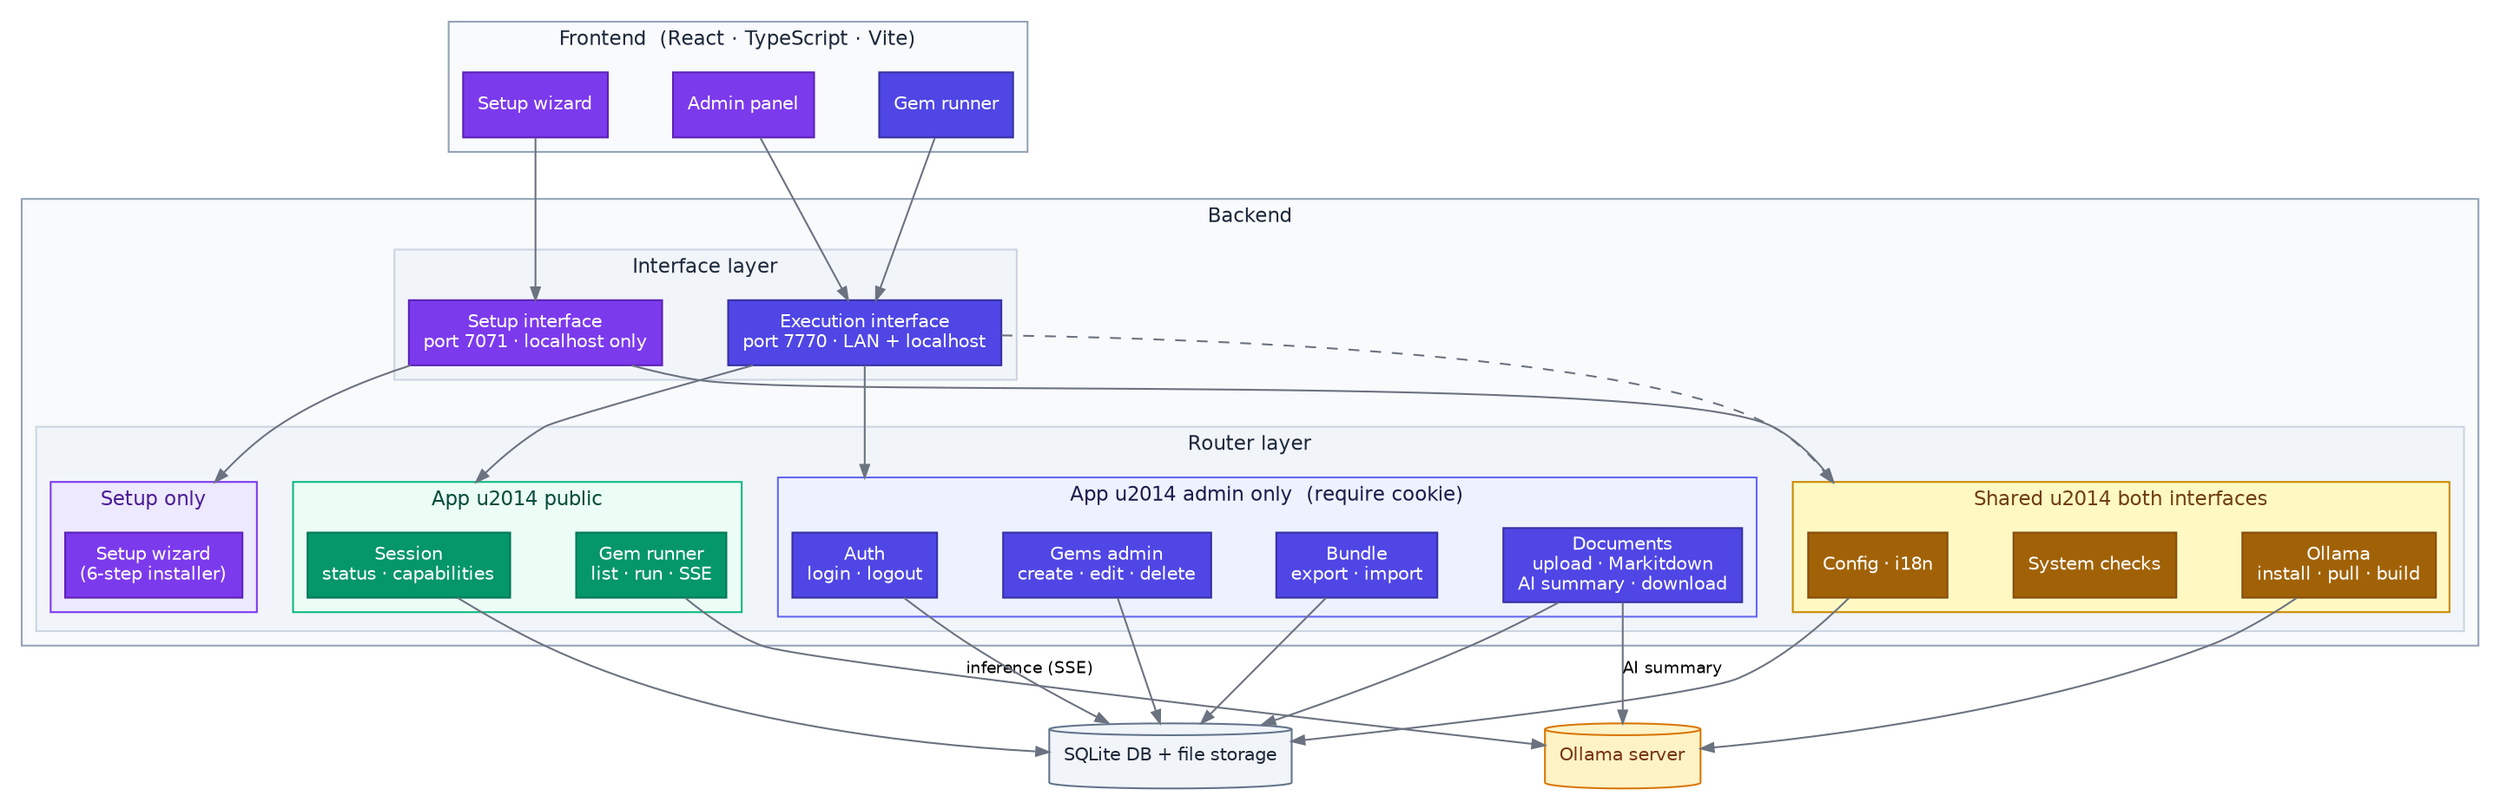
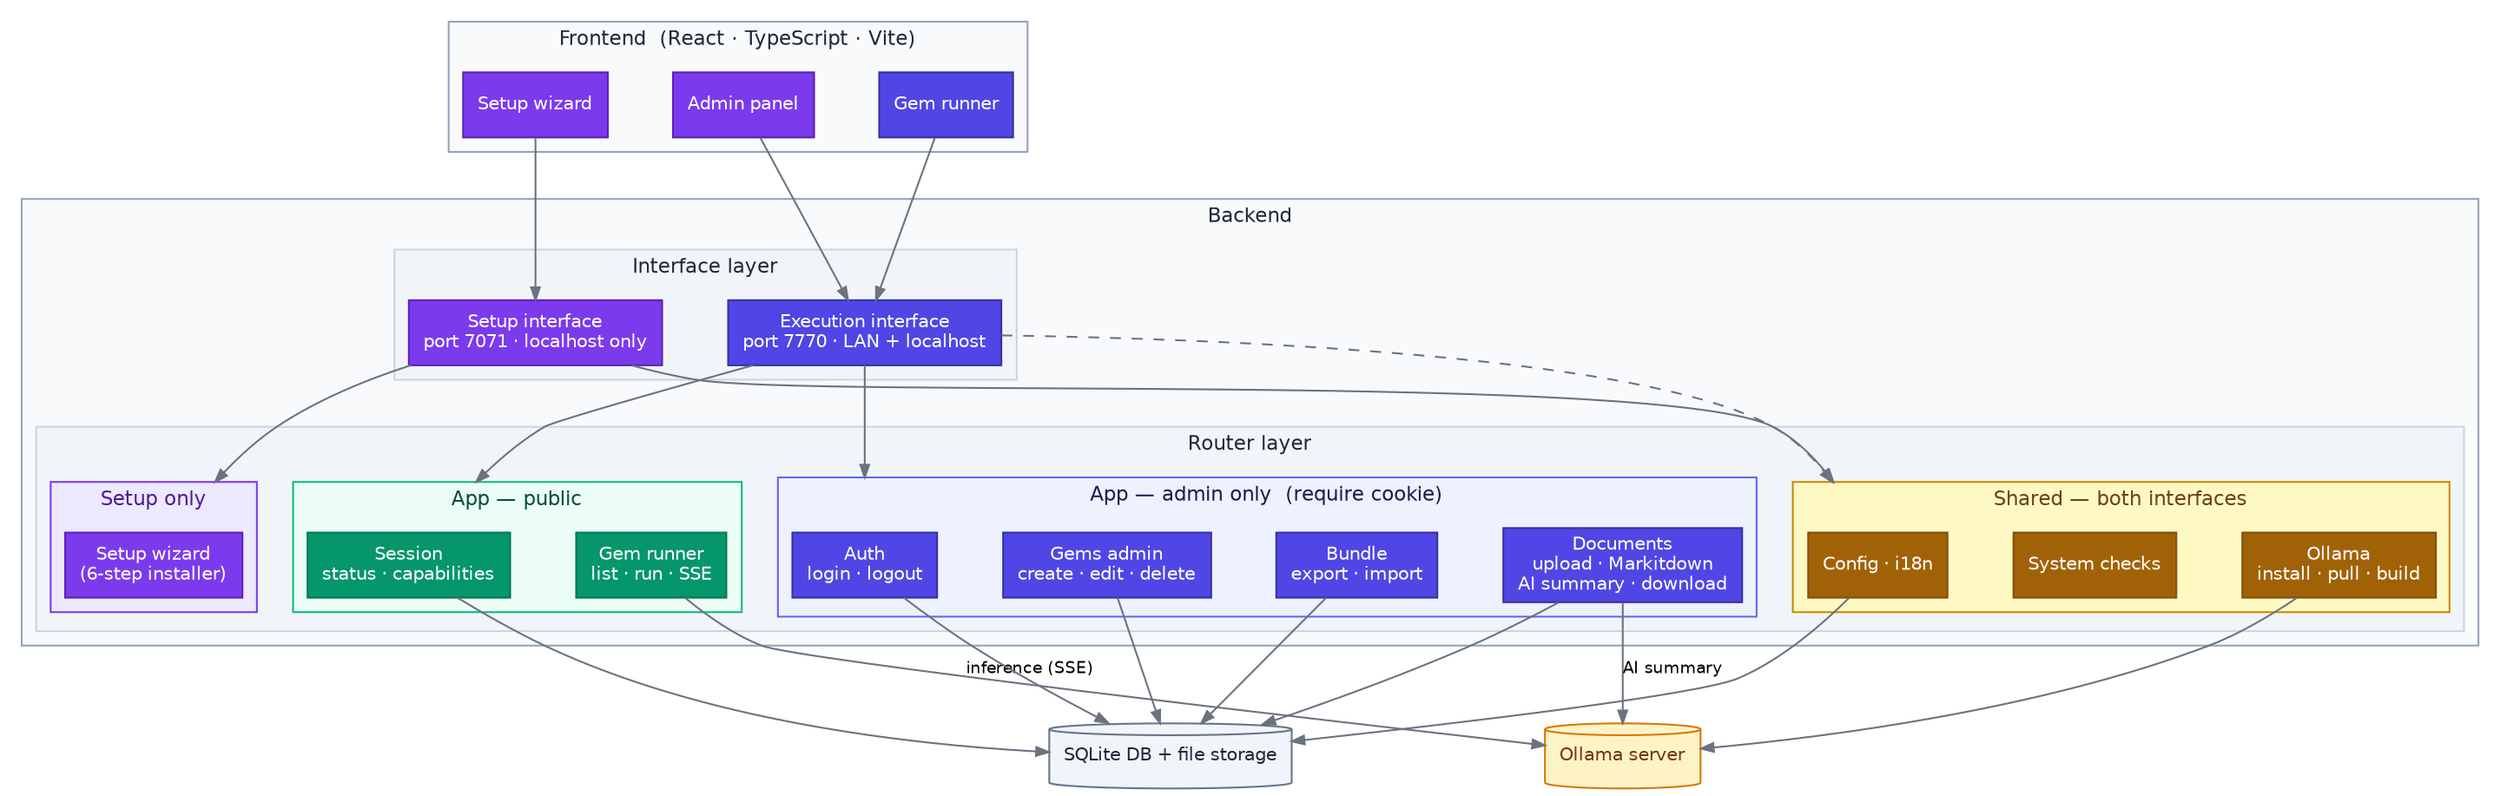
/* Trove — module map
 * Graphviz DOT format.  Render with:  dot -Tsvg module-map.dot -o module-map.svg
 *
 * Three tiers:
 *   1. Frontend — Setup wizard and Admin panel (localhost only), Gem runner (LAN)
 *   2. Backend  — Interface layer feeds a Router layer
 *                 Shared routers are mounted on both interfaces.
 *   3. External — Ollama server and file/DB storage
 */

digraph trove_modules {
  rankdir=TB
  compound=true
  nodesep=0.5
  ranksep=0.7
  fontname="Helvetica"
  fontsize=11

  node [fontname="Helvetica" fontsize=10 style=filled shape=box]
  edge [fontname="Helvetica" fontsize=9 color="#6b7280" arrowsize=0.7]

  /* ── Frontend ─────────────────────────────────────────────────────── */

  subgraph cluster_frontend {
    label="Frontend  (React · TypeScript · Vite)"
    style=filled fillcolor="#f8fafc" color="#94a3b8" fontcolor="#1e293b"

    subgraph cluster_localhost_fe {
      label="Localhost only"
      style=filled fillcolor="#ede9fe" color="#7c3aed" fontcolor="#4c1d95"

      setup_page [label="Setup wizard"  fillcolor="#7c3aed" fontcolor=white color="#5b21b6"]
      admin_page [label="Admin panel"   fillcolor="#7c3aed" fontcolor=white color="#5b21b6"]
    }

    user_page [label="Gem runner" fillcolor="#4f46e5" fontcolor=white color="#3730a3"]

    { rank=same; setup_page; admin_page; user_page }
  }

  /* ── Backend ──────────────────────────────────────────────────────── */

  subgraph cluster_backend {
    label="Backend"
    style=filled fillcolor="#f8fafc" color="#94a3b8" fontcolor="#1e293b"

    /* Interface layer */
    subgraph cluster_ifaces {
      label="Interface layer"
      style=filled fillcolor="#f1f5f9" color="#cbd5e1"

      setup_iface [label="Setup interface\nport 7071 · localhost only"
                   fillcolor="#7c3aed" fontcolor=white color="#5b21b6"]
      exec_iface  [label="Execution interface\nport 7770 · LAN + localhost"
                   fillcolor="#4f46e5" fontcolor=white color="#3730a3"]

      { rank=same; setup_iface; exec_iface }
    }

    /* Router layer */
    subgraph cluster_routers {
      label="Router layer"
      style=filled fillcolor="#f1f5f9" color="#cbd5e1"

      /* Setup only */
      subgraph cluster_r_setup {
        label="Setup only"
        style=filled fillcolor="#ede9fe" color="#7c3aed" fontcolor="#4c1d95"
        r_setup [label="Setup wizard\n(6-step installer)"
                 fillcolor="#7c3aed" fontcolor=white color="#5b21b6"]
      }

      /* App — public (no auth) */
      subgraph cluster_r_public {
-         label="App \u2014 public"
+         label="App — public"
        style=filled fillcolor="#ecfdf5" color="#10b981" fontcolor="#064e3b"
        r_session [label="Session\nstatus · capabilities" fillcolor="#059669" fontcolor=white color="#047857"]
        r_runner  [label="Gem runner\nlist · run · SSE"   fillcolor="#059669" fontcolor=white color="#047857"]
        { rank=same; r_session; r_runner }
      }

      /* App — admin only (cookie required) */
      subgraph cluster_r_admin {
-         label="App \u2014 admin only  (require cookie)"
+         label="App — admin only  (require cookie)"
        style=filled fillcolor="#eef2ff" color="#6366f1" fontcolor="#1e1b4b"
        r_auth       [label="Auth\nlogin · logout"              fillcolor="#4f46e5" fontcolor=white color="#3730a3"]
        r_gems_admin [label="Gems admin\ncreate · edit · delete" fillcolor="#4f46e5" fontcolor=white color="#3730a3"]
        r_docs       [label="Documents\nupload · Markitdown\nAI summary · download" fillcolor="#4f46e5" fontcolor=white color="#3730a3"]
        r_bundle     [label="Bundle\nexport · import"           fillcolor="#4f46e5" fontcolor=white color="#3730a3"]
        { rank=same; r_auth; r_gems_admin; r_docs; r_bundle }
      }

      /* Shared — mounted on both interfaces */
      subgraph cluster_r_shared {
-         label="Shared \u2014 both interfaces"
+         label="Shared — both interfaces"
        style=filled fillcolor="#fef9c3" color="#ca8a04" fontcolor="#713f12"
        r_config  [label="Config · i18n"          fillcolor="#a16207" fontcolor=white color="#854d0e"]
        r_system  [label="System checks"           fillcolor="#a16207" fontcolor=white color="#854d0e"]
        r_ollama  [label="Ollama\ninstall · pull · build" fillcolor="#a16207" fontcolor=white color="#854d0e"]
        { rank=same; r_config; r_system; r_ollama }
      }
    }

    /* Interface → router group arrows */
    setup_iface -> r_setup   [lhead=cluster_r_setup]
    setup_iface -> r_config  [lhead=cluster_r_shared]

    exec_iface  -> r_session [lhead=cluster_r_public]
    exec_iface  -> r_auth    [lhead=cluster_r_admin]
    exec_iface  -> r_config  [lhead=cluster_r_shared style=dashed]
  }

  /* ── External resources ───────────────────────────────────────────── */

  ollama_srv [label="Ollama server"          shape=cylinder
              fillcolor="#fef3c7" color="#d97706" fontcolor="#78350f"]
  storage    [label="SQLite DB + file storage" shape=cylinder
              fillcolor="#f1f5f9" color="#64748b" fontcolor="#1e293b"]

  /* Frontend → backend */
  setup_page -> setup_iface
  admin_page -> exec_iface
  user_page  -> exec_iface

  /* Routers → external */
  r_ollama     -> ollama_srv
  r_runner     -> ollama_srv [label="inference (SSE)"]
  r_docs       -> ollama_srv [label="AI summary"]

  r_session    -> storage
  r_auth       -> storage
  r_gems_admin -> storage
  r_docs       -> storage
  r_bundle     -> storage
  r_config     -> storage
}
